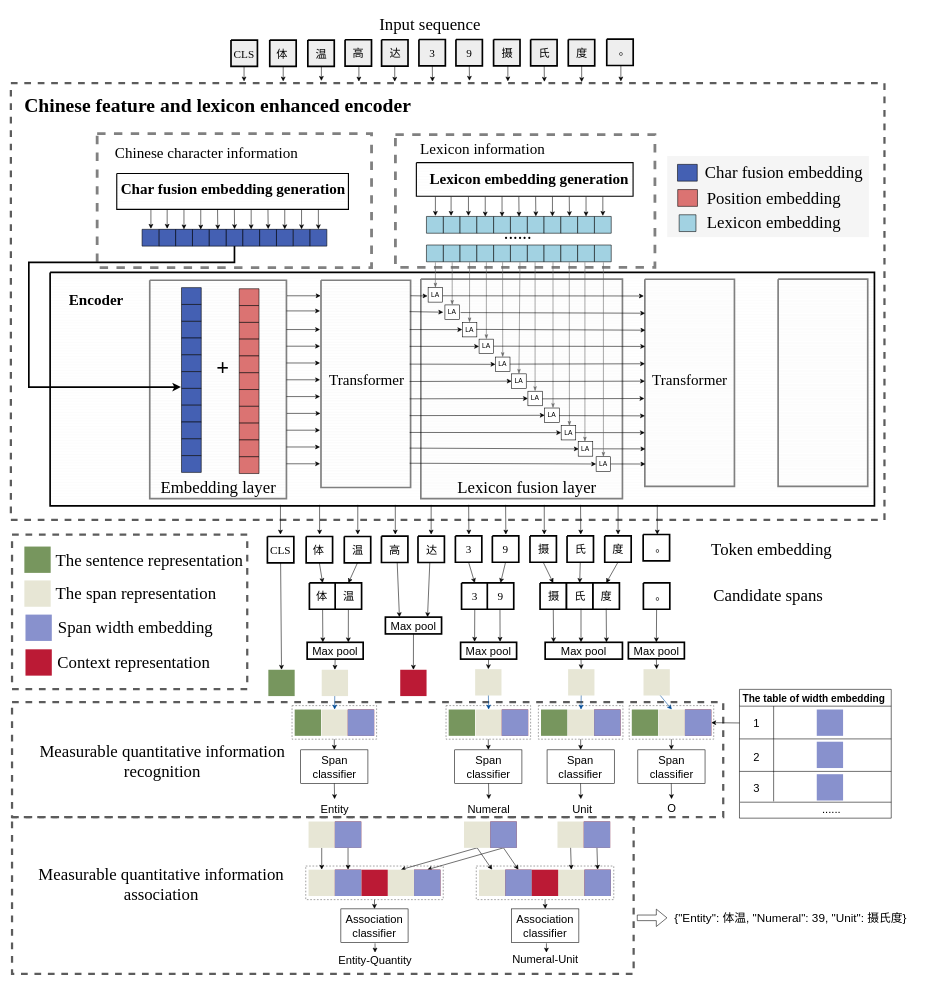
Earlier version of the draw.io diagram page "第 1 页" (1 of 2) of SCLert_model.drawio (JJackMoO/Jackert_draw). Source tidied: cells renumbered, new cells numbered last; positions are measured from the earlier drawing's top-left corner, leaving out a move shared by most shapes. Both pictures are drawn from the tidied source at 56%, with x=0, y=0 at pixel (11, 10).
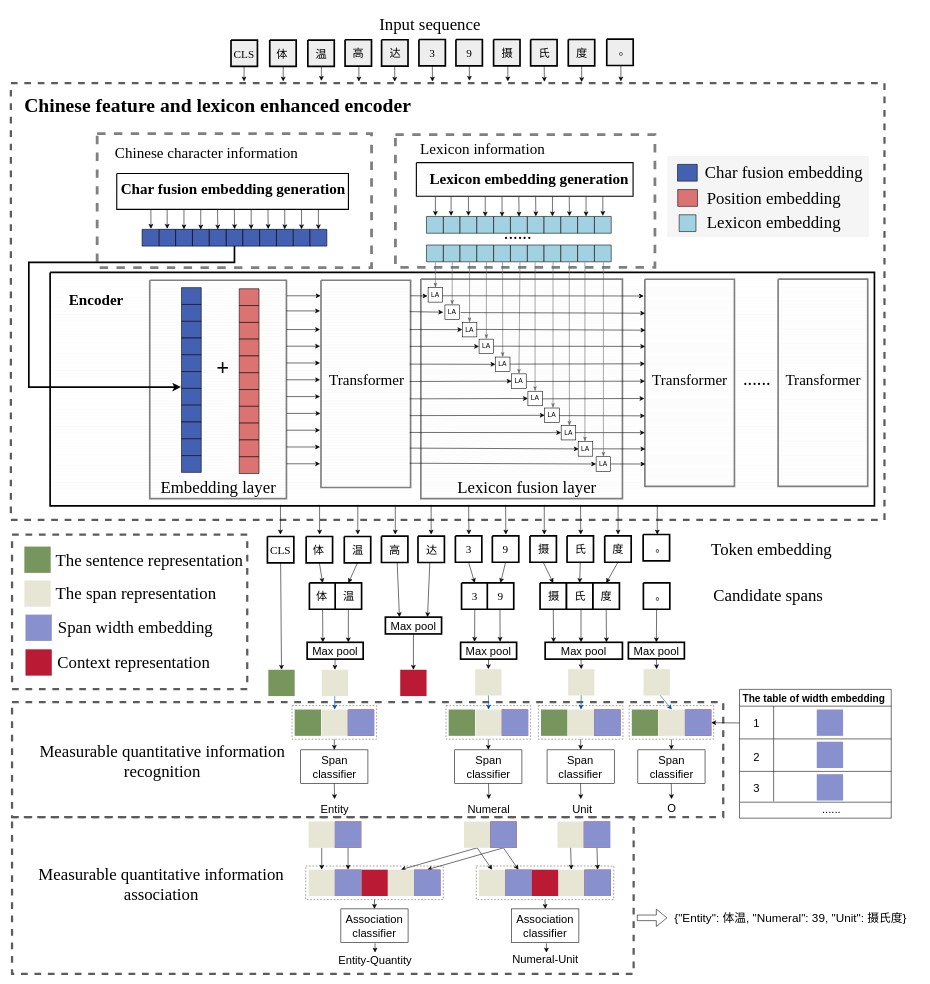
The same diagram, later.

Unchanged cells that the change refers to:
```xml
<mxCell id="333" style="group;" parent="1" vertex="1">
  <mxGeometry x="1172" y="254" width="378" height="734" as="geometry" />
</mxCell>
```

What changed in the source:
```diff
@@
+    <mxCell id="414" value="......" style="text;html=1;align=center;verticalAlign=middle;fillColor=none;rounded=0;dashed=1;fontFamily=Times New Roman;fontSize=33;" parent="333" vertex="1">
+      <mxGeometry x="130" y="380" width="60" height="50" as="geometry" />
+    </mxCell>
@@
+    <mxCell id="415" value="Transformer" style="text;html=1;align=center;verticalAlign=middle;fillColor=none;strokeColor=none;rounded=0;shadow=0;sketch=0;fillStyle=auto;fontFamily=Times New Roman;fontSize=27;" parent="1" vertex="1">
+      <mxGeometry x="1375" y="641.1" width="150" height="40" as="geometry" />
+    </mxCell>
```
